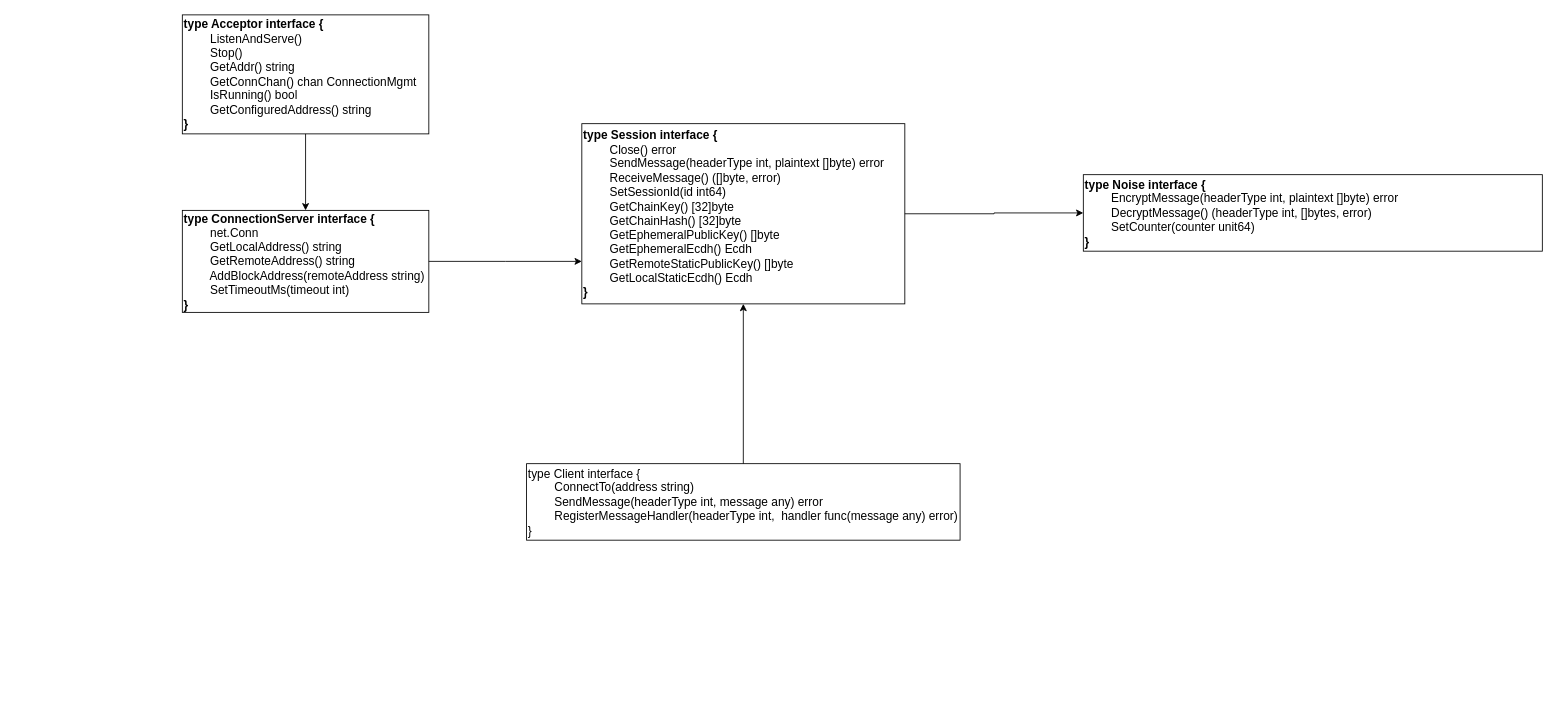
This is page "new design" (3 of 3) of dhp/opennhp.architecture.design.drawio from wenhulove333/opendhp, a draw.io file, before an edit. Source tidied: cells renumbered, new cells numbered last; positions are measured from the earlier drawing's top-left corner, leaving out a move shared by most shapes. Both pictures are drawn from the tidied source at 85%, with x=0, y=0 at pixel (182, 14).
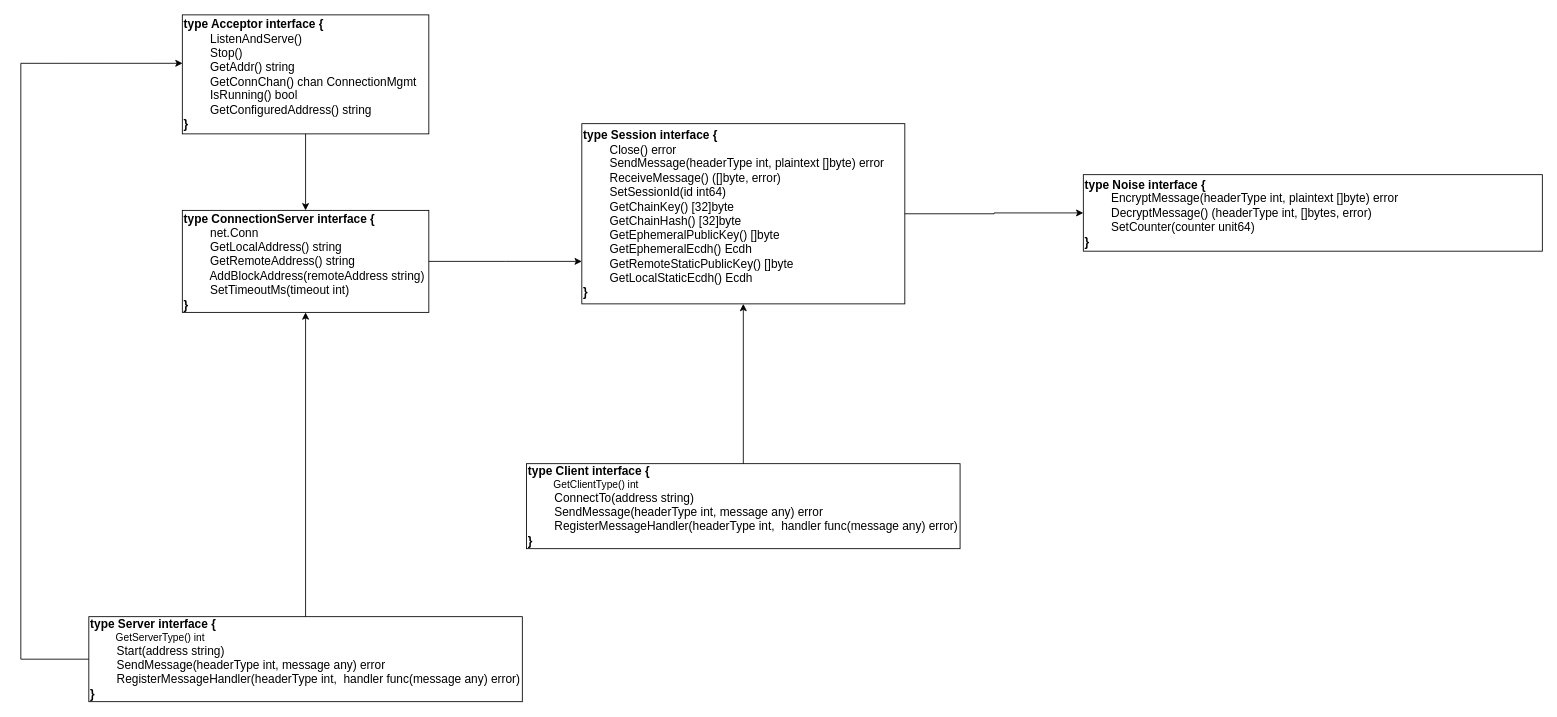
After the change.

What changed in the source:
```diff
@@
 <mxGraphModel>
   <root>
     <mxCell id="0" />
     <mxCell id="1" parent="0" />
     <mxCell id="2" style="edgeStyle=orthogonalEdgeStyle;rounded=0;jettySize=auto;html=1;exitX=0.5;exitY=1;exitDx=0;exitDy=0;entryX=0.5;entryY=0;entryDx=0;entryDy=0;" parent="1" edge="1" source="3" target="5">
       <mxGeometry relative="1" as="geometry" />
     </mxCell>
     <mxCell id="3" value="&lt;div&gt;&lt;font style=&quot;font-size: 14px;&quot;&gt;&lt;b&gt;type Acceptor interface {&lt;/b&gt;&lt;/font&gt;&lt;/div&gt;&lt;div&gt;&lt;span style=&quot;white-space: normal;&quot;&gt;&lt;font style=&quot;font-size: 14px;&quot;&gt;&lt;span style=&quot;white-space:pre&quot;&gt;&#9;&lt;/span&gt;ListenAndServe()&lt;/font&gt;&lt;/span&gt;&lt;/div&gt;&lt;div&gt;&lt;span style=&quot;white-space: normal;&quot;&gt;&lt;font style=&quot;font-size: 14px;&quot;&gt;&lt;span style=&quot;white-space:pre&quot;&gt;&#9;&lt;/span&gt;Stop()&lt;/font&gt;&lt;/span&gt;&lt;/div&gt;&lt;div&gt;&lt;span style=&quot;white-space: normal;&quot;&gt;&lt;font style=&quot;font-size: 14px;&quot;&gt;&lt;span style=&quot;white-space:pre&quot;&gt;&#9;&lt;/span&gt;GetAddr() string&lt;/font&gt;&lt;/span&gt;&lt;/div&gt;&lt;div&gt;&lt;span style=&quot;white-space: normal;&quot;&gt;&lt;font style=&quot;font-size: 14px;&quot;&gt;&lt;span style=&quot;white-space:pre&quot;&gt;&#9;&lt;/span&gt;GetConnChan() chan ConnectionMgmt&lt;/font&gt;&lt;/span&gt;&lt;/div&gt;&lt;div&gt;&lt;span style=&quot;white-space: normal;&quot;&gt;&lt;font style=&quot;font-size: 14px;&quot;&gt;&lt;span style=&quot;white-space:pre&quot;&gt;&#9;&lt;/span&gt;IsRunning() bool&lt;/font&gt;&lt;/span&gt;&lt;/div&gt;&lt;div&gt;&lt;span style=&quot;white-space: normal;&quot;&gt;&lt;font style=&quot;font-size: 14px;&quot;&gt;&lt;span style=&quot;white-space:pre&quot;&gt;&#9;&lt;/span&gt;GetConfiguredAddress() string&lt;/font&gt;&lt;/span&gt;&lt;/div&gt;&lt;div&gt;&lt;font style=&quot;font-size: 14px;&quot;&gt;&lt;b&gt;}&lt;/b&gt;&lt;/font&gt;&lt;/div&gt;" style="rounded=0;whiteSpace=wrap;html=1;fillColor=none;align=left;" parent="1" vertex="1">
       <mxGeometry width="290" height="140" as="geometry" />
     </mxCell>
     <mxCell id="4" style="edgeStyle=orthogonalEdgeStyle;rounded=0;jettySize=auto;html=1;exitX=1;exitY=0.5;exitDx=0;exitDy=0;" parent="1" edge="1" source="5">
       <mxGeometry relative="1" as="geometry">
         <mxPoint x="470" y="290" as="targetPoint" />
       </mxGeometry>
     </mxCell>
     <mxCell id="5" value="&lt;div&gt;&lt;font style=&quot;font-size: 14px;&quot;&gt;&lt;b&gt;type ConnectionServer interface {&lt;/b&gt;&lt;/font&gt;&lt;/div&gt;&lt;div&gt;&lt;span style=&quot;white-space: normal;&quot;&gt;&lt;font style=&quot;font-size: 14px;&quot;&gt;&lt;span style=&quot;white-space:pre&quot;&gt;&#9;&lt;/span&gt;net.Conn&lt;/font&gt;&lt;/span&gt;&lt;/div&gt;&lt;div&gt;&lt;span style=&quot;white-space: normal;&quot;&gt;&lt;font style=&quot;font-size: 14px;&quot;&gt;&amp;nbsp; &amp;nbsp; &amp;nbsp; &amp;nbsp; GetLocalAddress() string&lt;/font&gt;&lt;/span&gt;&lt;/div&gt;&lt;div&gt;&lt;span style=&quot;white-space: normal;&quot;&gt;&lt;font style=&quot;font-size: 14px;&quot;&gt;&amp;nbsp; &amp;nbsp; &amp;nbsp; &amp;nbsp; GetRemoteAddress() string&lt;/font&gt;&lt;/span&gt;&lt;/div&gt;&lt;div&gt;&lt;span style=&quot;white-space: normal;&quot;&gt;&lt;font style=&quot;font-size: 14px;&quot;&gt;&amp;nbsp; &amp;nbsp; &amp;nbsp; &amp;nbsp; AddBlockAddress(remoteAddress string)&lt;/font&gt;&lt;/span&gt;&lt;/div&gt;&lt;div&gt;&lt;span style=&quot;white-space: normal;&quot;&gt;&lt;font style=&quot;font-size: 14px;&quot;&gt;&amp;nbsp; &amp;nbsp; &amp;nbsp; &amp;nbsp; SetTimeoutMs(timeout int)&lt;/font&gt;&lt;/span&gt;&lt;/div&gt;&lt;div&gt;&lt;font style=&quot;font-size: 14px;&quot;&gt;&lt;b&gt;}&lt;/b&gt;&lt;/font&gt;&lt;/div&gt;" style="rounded=0;whiteSpace=wrap;html=1;fillColor=none;align=left;" parent="1" vertex="1">
       <mxGeometry y="230" width="290" height="120" as="geometry" />
     </mxCell>
     <mxCell id="6" style="edgeStyle=orthogonalEdgeStyle;rounded=0;jettySize=auto;html=1;exitX=1;exitY=0.5;exitDx=0;exitDy=0;entryX=0;entryY=0.5;entryDx=0;entryDy=0;" parent="1" edge="1" source="7" target="10">
       <mxGeometry relative="1" as="geometry" />
     </mxCell>
     <mxCell id="7" value="&lt;div&gt;&lt;font style=&quot;font-size: 14px;&quot;&gt;&lt;b&gt;type Session interface {&lt;/b&gt;&lt;/font&gt;&lt;/div&gt;&lt;div&gt;&lt;span style=&quot;white-space: normal;&quot;&gt;&lt;font style=&quot;font-size: 14px;&quot;&gt;&amp;nbsp;&lt;span style=&quot;white-space: pre;&quot;&gt;&#9;&lt;/span&gt;&lt;/font&gt;&lt;/span&gt;&lt;span style=&quot;font-size: 14px; background-color: transparent; color: light-dark(rgb(0, 0, 0), rgb(255, 255, 255));&quot;&gt;Close() error&lt;/span&gt;&lt;/div&gt;&lt;div&gt;&lt;span style=&quot;white-space: normal;&quot;&gt;&lt;font style=&quot;font-size: 14px;&quot;&gt;&amp;nbsp; &amp;nbsp; &amp;nbsp; &amp;nbsp; SendMessage(headerType int, plaintext []byte) error&lt;/font&gt;&lt;/span&gt;&lt;/div&gt;&lt;div&gt;&lt;span style=&quot;white-space: normal;&quot;&gt;&lt;font style=&quot;font-size: 14px;&quot;&gt;&amp;nbsp; &amp;nbsp; &amp;nbsp; &amp;nbsp; ReceiveMessage() ([]byte, error)&lt;/font&gt;&lt;/span&gt;&lt;/div&gt;&lt;div&gt;&lt;span style=&quot;white-space: normal;&quot;&gt;&lt;font style=&quot;font-size: 14px;&quot;&gt;&amp;nbsp; &amp;nbsp; &amp;nbsp; &amp;nbsp; SetSessionId(id int64)&lt;/font&gt;&lt;/span&gt;&lt;/div&gt;&lt;div&gt;&lt;span style=&quot;white-space: normal;&quot;&gt;&lt;font style=&quot;font-size: 14px;&quot;&gt;&amp;nbsp; &amp;nbsp; &amp;nbsp; &amp;nbsp; GetChainKey() [32]byte&lt;/font&gt;&lt;/span&gt;&lt;/div&gt;&lt;div&gt;&lt;span style=&quot;white-space: normal;&quot;&gt;&lt;font style=&quot;font-size: 14px;&quot;&gt;&amp;nbsp; &amp;nbsp; &amp;nbsp; &amp;nbsp; GetChainHash() [32]byte&lt;/font&gt;&lt;/span&gt;&lt;/div&gt;&lt;div&gt;&lt;span style=&quot;white-space: normal;&quot;&gt;&lt;font style=&quot;font-size: 14px;&quot;&gt;&amp;nbsp; &amp;nbsp; &amp;nbsp; &amp;nbsp; GetEphemeralPublicKey() []byte&lt;/font&gt;&lt;/span&gt;&lt;/div&gt;&lt;div&gt;&lt;span style=&quot;white-space: normal;&quot;&gt;&lt;font style=&quot;font-size: 14px;&quot;&gt;&amp;nbsp; &amp;nbsp; &amp;nbsp; &amp;nbsp; GetEphemeralEcdh() Ecdh&lt;/font&gt;&lt;/span&gt;&lt;/div&gt;&lt;div&gt;&lt;span style=&quot;white-space: normal;&quot;&gt;&lt;font style=&quot;font-size: 14px;&quot;&gt;&amp;nbsp; &amp;nbsp; &amp;nbsp; &amp;nbsp; GetRemoteStaticPublicKey() []byte&lt;/font&gt;&lt;/span&gt;&lt;/div&gt;&lt;div&gt;&lt;span style=&quot;white-space: normal;&quot;&gt;&lt;font style=&quot;font-size: 14px;&quot;&gt;&amp;nbsp; &amp;nbsp; &amp;nbsp; &amp;nbsp; GetLocalStaticEcdh() Ecdh&lt;/font&gt;&lt;/span&gt;&lt;/div&gt;&lt;div&gt;&lt;font style=&quot;font-size: 14px;&quot;&gt;&lt;b&gt;}&lt;/b&gt;&lt;/font&gt;&lt;/div&gt;" style="rounded=0;whiteSpace=wrap;html=1;fillColor=none;align=left;" parent="1" vertex="1">
       <mxGeometry x="470" y="128" width="380" height="212" as="geometry" />
     </mxCell>
     <mxCell id="8" style="edgeStyle=orthogonalEdgeStyle;rounded=0;jettySize=auto;html=1;exitX=0.5;exitY=0;exitDx=0;exitDy=0;entryX=0.5;entryY=1;entryDx=0;entryDy=0;" parent="1" edge="1" source="9" target="7">
       <mxGeometry relative="1" as="geometry" />
     </mxCell>
-    <mxCell id="9" value="&lt;div&gt;&lt;font style=&quot;font-size: 14px;&quot;&gt;type Client interface {&lt;/font&gt;&lt;/div&gt;&lt;div&gt;&lt;span style=&quot;white-space: normal;&quot;&gt;&lt;font style=&quot;font-size: 14px;&quot;&gt;&lt;span style=&quot;white-space:pre&quot;&gt;&#9;&lt;/span&gt;ConnectTo(address string)&lt;/font&gt;&lt;/span&gt;&lt;/div&gt;&lt;div&gt;&lt;span style=&quot;white-space: normal;&quot;&gt;&lt;font style=&quot;font-size: 14px;&quot;&gt;&amp;nbsp; &amp;nbsp; &amp;nbsp; &amp;nbsp; SendMessage(headerType int, message any) error&lt;/font&gt;&lt;/span&gt;&lt;/div&gt;&lt;div&gt;&lt;span style=&quot;white-space: normal;&quot;&gt;&lt;font style=&quot;font-size: 14px;&quot;&gt;&amp;nbsp; &amp;nbsp; &amp;nbsp; &amp;nbsp; RegisterMessageHandler(headerType int,&amp;nbsp; handler func(message any) error)&lt;/font&gt;&lt;/span&gt;&lt;/div&gt;&lt;div&gt;&lt;font style=&quot;font-size: 14px;&quot;&gt;}&lt;/font&gt;&lt;/div&gt;" style="rounded=0;whiteSpace=wrap;html=1;fillColor=none;align=left;" parent="1" vertex="1">
-      <mxGeometry x="405" y="528" width="510" height="90" as="geometry" />
+    <mxCell id="9" value="&lt;div&gt;&lt;font style=&quot;font-size: 14px;&quot;&gt;&lt;b&gt;type Client interface {&lt;/b&gt;&lt;/font&gt;&lt;/div&gt;&lt;div&gt;&lt;span style=&quot;white-space: normal;&quot;&gt;&amp;nbsp; &amp;nbsp; &amp;nbsp; &amp;nbsp; &amp;nbsp;GetClientType() int&lt;/span&gt;&lt;/div&gt;&lt;div&gt;&lt;span style=&quot;white-space: normal;&quot;&gt;&lt;font style=&quot;font-size: 14px;&quot;&gt;&lt;span style=&quot;white-space:pre&quot;&gt;&#9;&lt;/span&gt;ConnectTo(address string)&lt;/font&gt;&lt;/span&gt;&lt;/div&gt;&lt;div&gt;&lt;/div&gt;&lt;div&gt;&lt;span style=&quot;white-space: normal;&quot;&gt;&lt;font style=&quot;font-size: 14px;&quot;&gt;&amp;nbsp; &amp;nbsp; &amp;nbsp; &amp;nbsp; SendMessage(headerType int, message any) error&lt;/font&gt;&lt;/span&gt;&lt;/div&gt;&lt;div&gt;&lt;span style=&quot;white-space: normal;&quot;&gt;&lt;font style=&quot;font-size: 14px;&quot;&gt;&amp;nbsp; &amp;nbsp; &amp;nbsp; &amp;nbsp; RegisterMessageHandler(headerType int,&amp;nbsp; handler func(message any) error)&lt;/font&gt;&lt;/span&gt;&lt;/div&gt;&lt;div&gt;&lt;font style=&quot;font-size: 14px;&quot;&gt;&lt;b&gt;}&lt;/b&gt;&lt;/font&gt;&lt;/div&gt;" style="rounded=0;whiteSpace=wrap;html=1;fillColor=none;align=left;" parent="1" vertex="1">
+      <mxGeometry x="405" y="528" width="510" height="100" as="geometry" />
     </mxCell>
     <mxCell id="10" value="&lt;div&gt;&lt;font style=&quot;font-size: 14px;&quot;&gt;&lt;b&gt;type Noise interface {&lt;/b&gt;&lt;/font&gt;&lt;/div&gt;&lt;div&gt;&lt;span style=&quot;white-space: normal;&quot;&gt;&lt;font style=&quot;font-size: 14px;&quot;&gt;&amp;nbsp; &amp;nbsp; &amp;nbsp; &amp;nbsp; EncryptMessage(headerType int, plaintext []byte) error&lt;/font&gt;&lt;/span&gt;&lt;/div&gt;&lt;div&gt;&lt;span style=&quot;white-space: normal;&quot;&gt;&lt;font style=&quot;font-size: 14px;&quot;&gt;&amp;nbsp; &amp;nbsp; &amp;nbsp; &amp;nbsp; DecryptMessage() (headerType int, []bytes, error)&lt;/font&gt;&lt;/span&gt;&lt;/div&gt;&lt;div&gt;&lt;span style=&quot;white-space: normal;&quot;&gt;&lt;font style=&quot;font-size: 14px;&quot;&gt;&amp;nbsp; &amp;nbsp; &amp;nbsp; &amp;nbsp; SetCounter(counter unit64)&lt;/font&gt;&lt;/span&gt;&lt;/div&gt;&lt;div&gt;&lt;font style=&quot;font-size: 14px;&quot;&gt;&lt;b&gt;}&lt;/b&gt;&lt;/font&gt;&lt;/div&gt;" style="rounded=0;whiteSpace=wrap;html=1;fillColor=none;align=left;" parent="1" vertex="1">
       <mxGeometry x="1060" y="188" width="540" height="90" as="geometry" />
     </mxCell>
+    <mxCell id="11" style="edgeStyle=orthogonalEdgeStyle;rounded=0;jettySize=auto;html=1;exitX=0.5;exitY=0;exitDx=0;exitDy=0;entryX=0.5;entryY=1;entryDx=0;entryDy=0;" parent="1" edge="1" source="12" target="5">
+      <mxGeometry relative="1" as="geometry" />
+    </mxCell>
+    <mxCell id="12" value="&lt;div&gt;&lt;font style=&quot;font-size: 14px;&quot;&gt;&lt;b&gt;type Server interface {&lt;/b&gt;&lt;/font&gt;&lt;/div&gt;&lt;div&gt;&lt;span style=&quot;white-space: normal;&quot;&gt;&amp;nbsp; &amp;nbsp; &amp;nbsp; &amp;nbsp; &amp;nbsp;GetServerType() int&lt;/span&gt;&lt;/div&gt;&lt;div&gt;&lt;span style=&quot;white-space: normal;&quot;&gt;&lt;font style=&quot;font-size: 14px;&quot;&gt;&lt;span style=&quot;white-space:pre&quot;&gt;&#9;&lt;/span&gt;Start(address string)&lt;/font&gt;&lt;/span&gt;&lt;/div&gt;&lt;div&gt;&lt;/div&gt;&lt;div&gt;&lt;span style=&quot;white-space: normal;&quot;&gt;&lt;font style=&quot;font-size: 14px;&quot;&gt;&amp;nbsp; &amp;nbsp; &amp;nbsp; &amp;nbsp; SendMessage(headerType int, message any) error&lt;/font&gt;&lt;/span&gt;&lt;/div&gt;&lt;div&gt;&lt;span style=&quot;white-space: normal;&quot;&gt;&lt;font style=&quot;font-size: 14px;&quot;&gt;&amp;nbsp; &amp;nbsp; &amp;nbsp; &amp;nbsp; RegisterMessageHandler(headerType int,&amp;nbsp; handler func(message any) error)&lt;/font&gt;&lt;/span&gt;&lt;/div&gt;&lt;div&gt;&lt;font style=&quot;font-size: 14px;&quot;&gt;&lt;b&gt;}&lt;/b&gt;&lt;/font&gt;&lt;/div&gt;" style="rounded=0;whiteSpace=wrap;html=1;fillColor=none;align=left;" parent="1" vertex="1">
+      <mxGeometry x="-110" y="708" width="510" height="100" as="geometry" />
+    </mxCell>
+    <mxCell id="13" style="edgeStyle=orthogonalEdgeStyle;rounded=0;jettySize=auto;html=1;exitX=0;exitY=0.5;exitDx=0;exitDy=0;entryX=0.001;entryY=0.407;entryDx=0;entryDy=0;entryPerimeter=0;" parent="1" edge="1" source="12" target="3">
+      <mxGeometry relative="1" as="geometry">
+        <Array as="points">
+          <mxPoint x="-190" y="758" />
+          <mxPoint x="-190" y="57" />
+        </Array>
+      </mxGeometry>
+    </mxCell>
   </root>
 </mxGraphModel>
```
